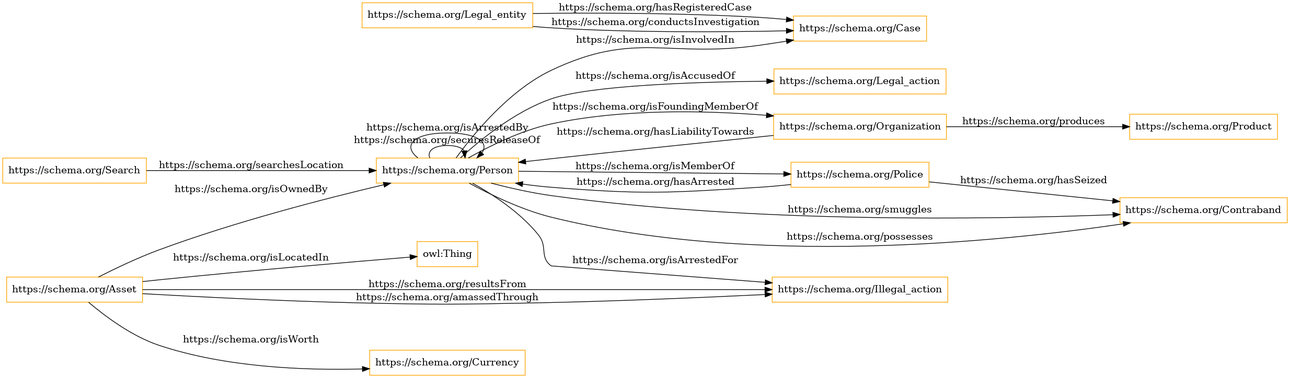
This is OnToology/DTFO.ttl/diagrams/ar2dtool-class/DTFO.ttl.png from nandana/Drug-Trafficking-Ontology, a Graphviz export, as it was before one commit. Its source is kept beside it as OnToology/DTFO.ttl/diagrams/ar2dtool-class/DTFO.ttl.png.dot. The source it was exported from:
```dot
digraph ar2dtool_diagram {
rankdir=LR;
size="1501"
node [shape = rectangle, color="orange"]; "https://schema.org/Legal_entity" "https://schema.org/Illegal_action" "https://schema.org/Legal_action" "https://schema.org/Police" "https://schema.org/Currency" "https://schema.org/Product" "https://schema.org/Contraband" "https://schema.org/Person" "https://schema.org/Search" "https://schema.org/Organization" "https://schema.org/Asset" "https://schema.org/Case" ; /*classes style*/
	"https://schema.org/Person" -> "https://schema.org/Police" [ label = "https://schema.org/isMemberOf" ];
	"https://schema.org/Organization" -> "https://schema.org/Person" [ label = "https://schema.org/hasLiabilityTowards" ];
	"https://schema.org/Person" -> "https://schema.org/Contraband" [ label = "https://schema.org/smuggles" ];
	"https://schema.org/Asset" -> "https://schema.org/Person" [ label = "https://schema.org/isOwnedBy" ];
	"https://schema.org/Police" -> "https://schema.org/Person" [ label = "https://schema.org/hasArrested" ];
	"https://schema.org/Person" -> "https://schema.org/Person" [ label = "https://schema.org/securesReleaseOf" ];
	"https://schema.org/Asset" -> "https://schema.org/Illegal_action" [ label = "https://schema.org/resultsFrom" ];
	"https://schema.org/Person" -> "https://schema.org/Legal_action" [ label = "https://schema.org/isAccusedOf" ];
	"https://schema.org/Legal_entity" -> "https://schema.org/Case" [ label = "https://schema.org/conductsInvestigation" ];
	"https://schema.org/Person" -> "https://schema.org/Contraband" [ label = "https://schema.org/possesses" ];
	"https://schema.org/Person" -> "https://schema.org/Organization" [ label = "https://schema.org/isFoundingMemberOf" ];
	"https://schema.org/Person" -> "https://schema.org/Person" [ label = "https://schema.org/isArrestedBy" ];
	"https://schema.org/Legal_entity" -> "https://schema.org/Case" [ label = "https://schema.org/hasRegisteredCase" ];
	"https://schema.org/Police" -> "https://schema.org/Contraband" [ label = "https://schema.org/hasSeized" ];
	"https://schema.org/Person" -> "https://schema.org/Illegal_action" [ label = "https://schema.org/isArrestedFor" ];
	"https://schema.org/Organization" -> "https://schema.org/Product" [ label = "https://schema.org/produces" ];
	"https://schema.org/Asset" -> "https://schema.org/Illegal_action" [ label = "https://schema.org/amassedThrough" ];
	"https://schema.org/Asset" -> "https://schema.org/Currency" [ label = "https://schema.org/isWorth" ];
	"https://schema.org/Search" -> "https://schema.org/Person" [ label = "https://schema.org/searchesLocation" ];
	"https://schema.org/Person" -> "https://schema.org/Case" [ label = "https://schema.org/isInvolvedIn" ];
	"https://schema.org/Asset" -> "owl:Thing" [ label = "https://schema.org/isLocatedIn" ];

}
```
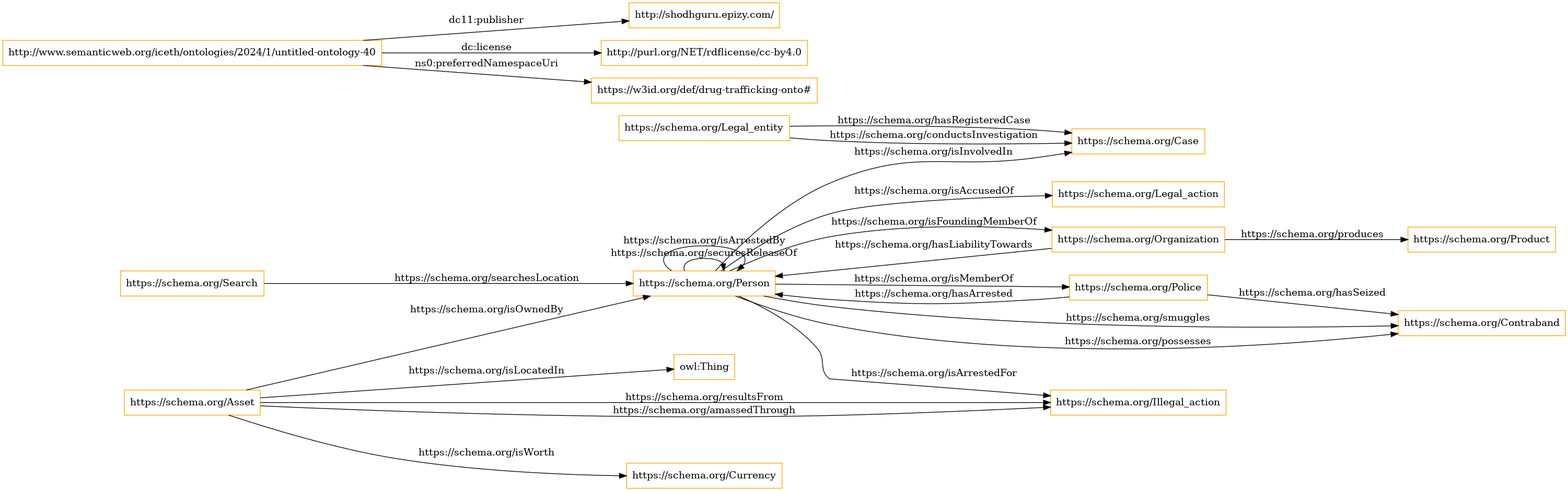
After the commit.

What changed in the source:
```diff
@@ -2,6 +2,9 @@
 rankdir=LR;
 size="1501"
 node [shape = rectangle, color="orange"]; "https://schema.org/Legal_entity" "https://schema.org/Illegal_action" "https://schema.org/Legal_action" "https://schema.org/Police" "https://schema.org/Currency" "https://schema.org/Product" "https://schema.org/Contraband" "https://schema.org/Person" "https://schema.org/Search" "https://schema.org/Organization" "https://schema.org/Asset" "https://schema.org/Case" ; /*classes style*/
+	"http://www.semanticweb.org/iceth/ontologies/2024/1/untitled-ontology-40" -> "http://shodhguru.epizy.com/" [ label = "dc11:publisher" ];
+	"http://www.semanticweb.org/iceth/ontologies/2024/1/untitled-ontology-40" -> "http://purl.org/NET/rdflicense/cc-by4.0" [ label = "dc:license" ];
+	"http://www.semanticweb.org/iceth/ontologies/2024/1/untitled-ontology-40" -> "https://w3id.org/def/drug-trafficking-onto#" [ label = "ns0:preferredNamespaceUri" ];
 	"https://schema.org/Person" -> "https://schema.org/Police" [ label = "https://schema.org/isMemberOf" ];
 	"https://schema.org/Organization" -> "https://schema.org/Person" [ label = "https://schema.org/hasLiabilityTowards" ];
 	"https://schema.org/Person" -> "https://schema.org/Contraband" [ label = "https://schema.org/smuggles" ];
```
